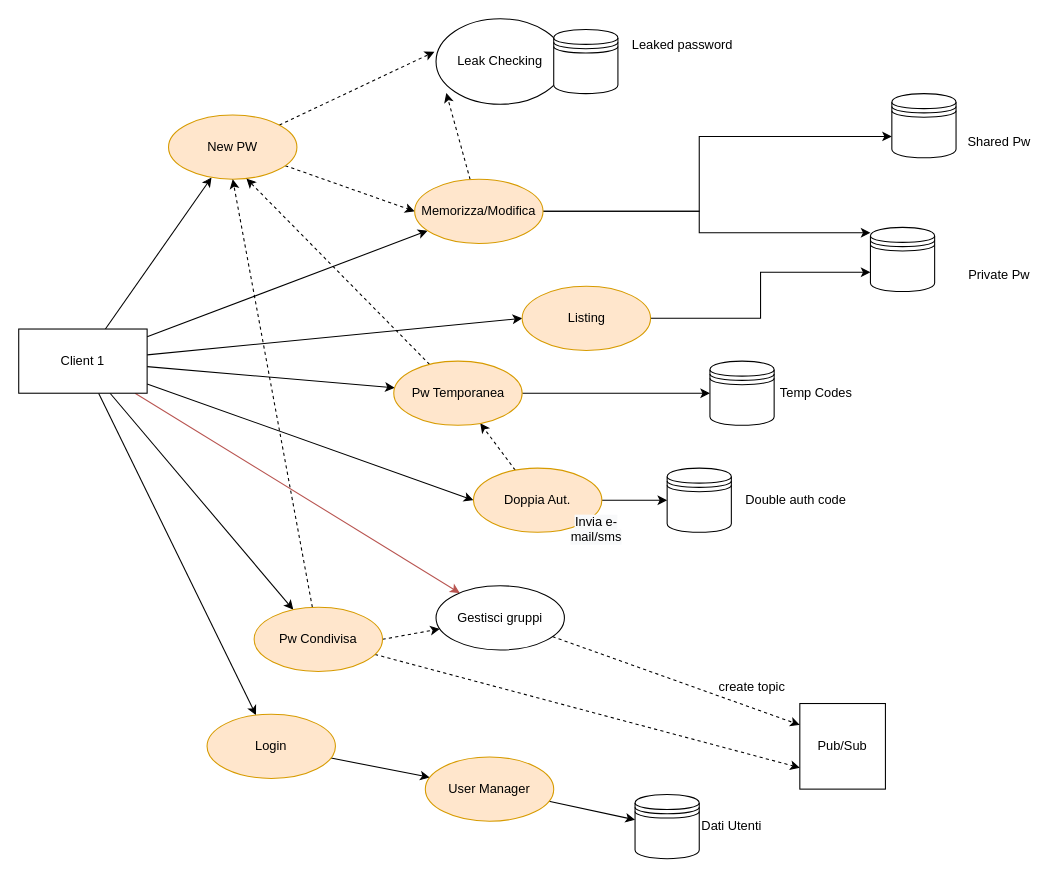
This is page "Pagina-1" (1 of 2) of schema_microservices_sdcc.drawio from AlessDea/SDCC, a draw.io file, before an edit. Source tidied: cells renumbered, new cells numbered last; positions are measured from the earlier drawing's top-left corner, leaving out a move shared by most shapes. Both pictures are drawn from the tidied source at 107%, with x=0, y=0 at pixel (18, 18).
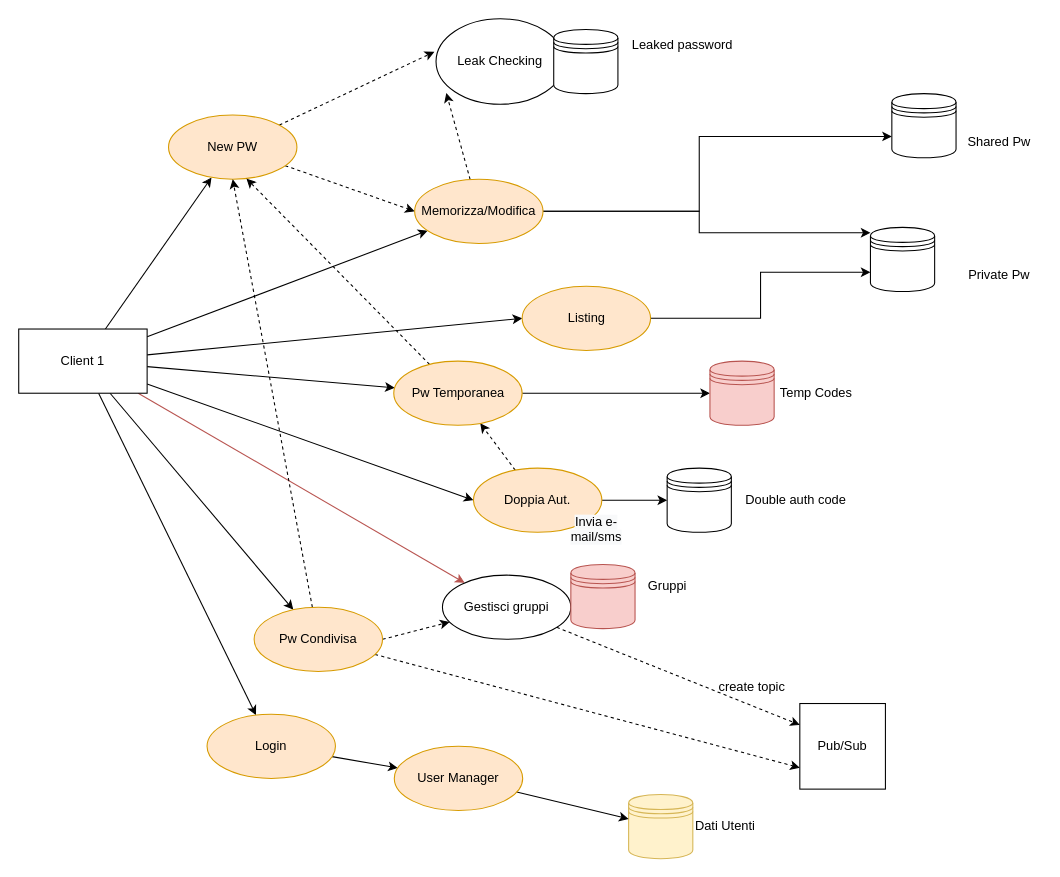
After the change.

Change to the diagram source:
```diff
@@
     <mxCell id="33" value="Gestisci gruppi" style="ellipse;whiteSpace=wrap;html=1;rounded=0;" parent="1" vertex="1">
-      <mxGeometry x="390" y="530" width="120" height="60" as="geometry" />
+      <mxGeometry x="396" y="520" width="120" height="60" as="geometry" />
     </mxCell>
@@
-    <mxCell id="39" style="shape=datastore;whiteSpace=wrap;html=1;" parent="1" vertex="1">
-      <mxGeometry x="576" y="725" width="60" height="60" as="geometry" />
+    <mxCell id="39" style="shape=datastore;whiteSpace=wrap;html=1;fillColor=#fff2cc;strokeColor=#d6b656;" parent="1" vertex="1">
+      <mxGeometry x="570" y="725" width="60" height="60" as="geometry" />
     </mxCell>
-    <mxCell id="40" style="shape=datastore;whiteSpace=wrap;html=1;" parent="1" vertex="1">
+    <mxCell id="40" style="shape=datastore;whiteSpace=wrap;html=1;fillColor=#f8cecc;strokeColor=#b85450;" parent="1" vertex="1">
       <mxGeometry x="646" y="320" width="60" height="60" as="geometry" />
     </mxCell>
@@
     <mxCell id="50" value="User Manager" style="ellipse;whiteSpace=wrap;html=1;rounded=0;fillColor=#ffe6cc;strokeColor=#d79b00;" parent="1" vertex="1">
-      <mxGeometry x="380" y="690" width="120" height="60" as="geometry" />
+      <mxGeometry x="351" y="680" width="120" height="60" as="geometry" />
     </mxCell>
     <mxCell id="51" value="Dati Utenti" style="text;html=1;align=center;verticalAlign=middle;strokeColor=none;fillColor=none;" parent="1" vertex="1">
-      <mxGeometry x="626" y="740" width="80" height="30" as="geometry" />
+      <mxGeometry x="620" y="740" width="80" height="30" as="geometry" />
     </mxCell>
+    <mxCell id="52" style="shape=datastore;whiteSpace=wrap;html=1;fillColor=#f8cecc;strokeColor=#b85450;" parent="1" vertex="1">
+      <mxGeometry x="516" y="510" width="60" height="60" as="geometry" />
+    </mxCell>
+    <mxCell id="53" value="Gruppi" style="text;html=1;align=center;verticalAlign=middle;strokeColor=none;fillColor=none;" parent="1" vertex="1">
+      <mxGeometry x="576" y="515" width="60" height="30" as="geometry" />
+    </mxCell>
```
